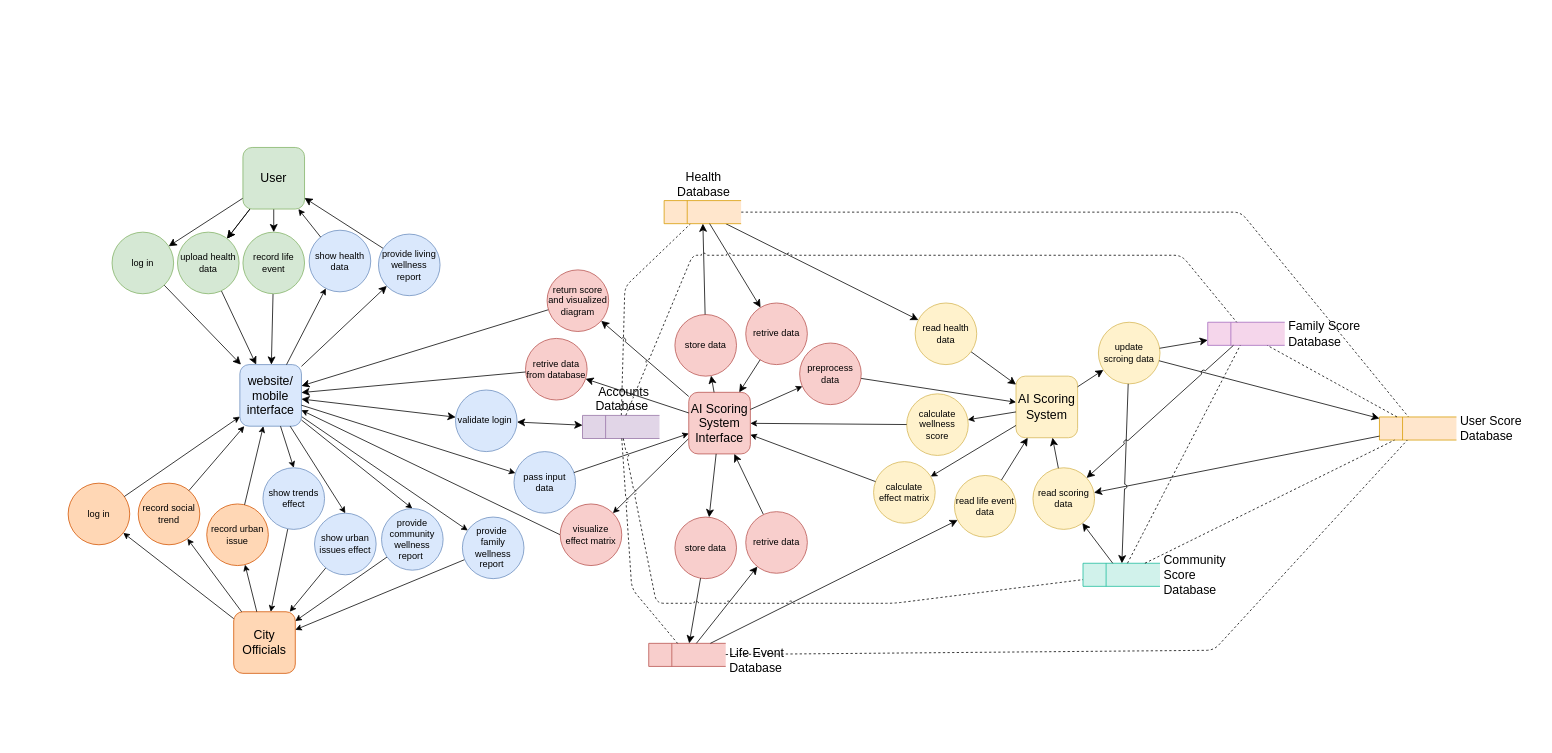
Before: page "detailed DFD" (1 of 2) of 1/INFO 5100/Asmts/Group Assignment 1/Deliverables/Data Flow Diagram.drawio in yfeng445/NEU, a draw.io diagram. Source tidied: cells renumbered, new cells numbered last; positions are measured from the earlier drawing's top-left corner, leaving out a move shared by most shapes. Both pictures are drawn from the tidied source at 77%, with x=0, y=0 at pixel (68, 147).
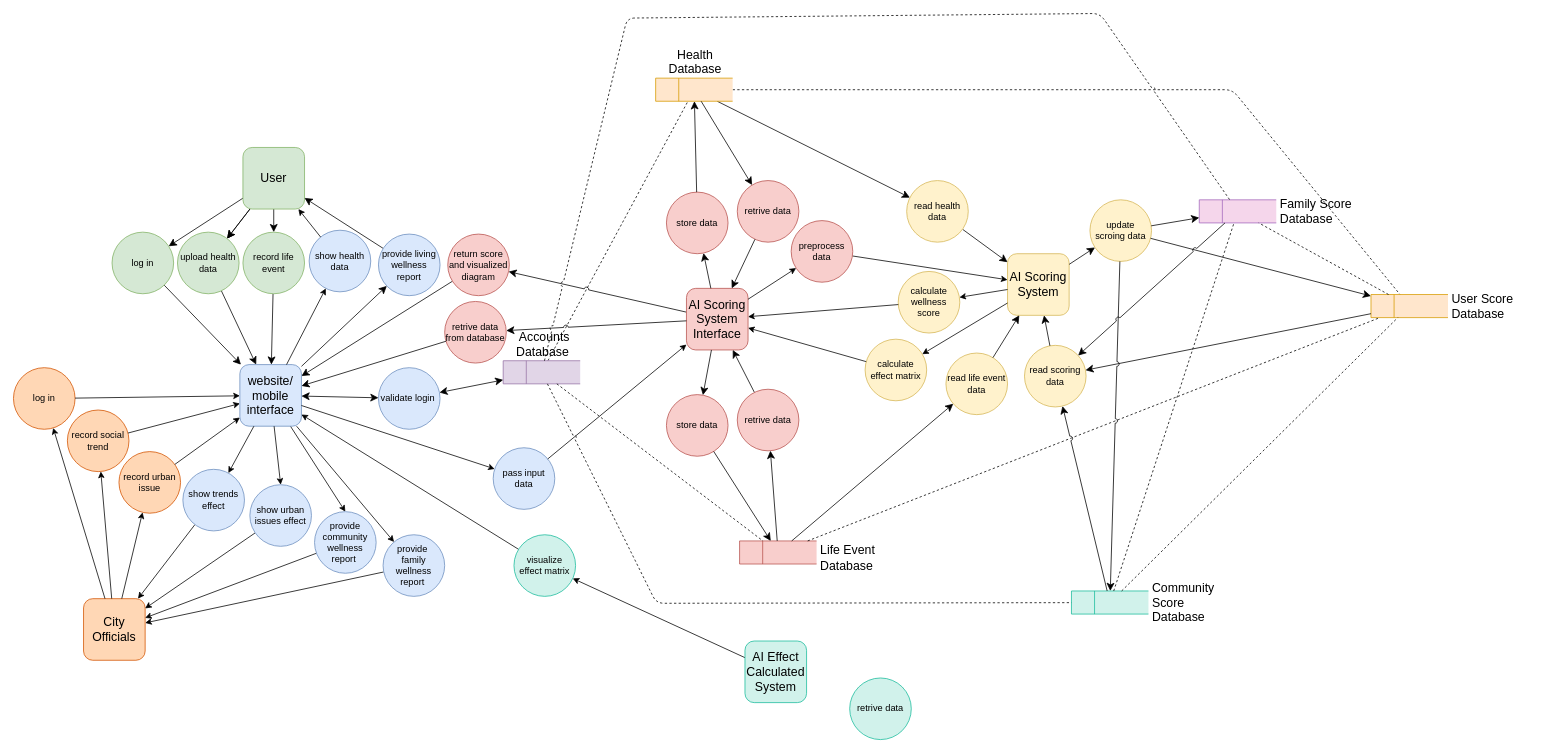
Above is the later version.

Unchanged cells that the change refers to:
```xml
<mxCell id="22" value="website/&lt;div&gt;mobile interface&lt;/div&gt;" style="whiteSpace=wrap;html=1;fontSize=16;rounded=1;fillColor=#dae8fc;strokeColor=#6c8ebf;" parent="1" vertex="1">
  <mxGeometry x="223" y="282" width="80" height="80" as="geometry" />
</mxCell>
```

Change to the diagram source:
```diff
@@
     <mxCell id="2" style="edgeStyle=none;rounded=1;jettySize=auto;html=1;fontSize=12;startSize=8;endSize=8;endArrow=none;endFill=0;dashed=1;jumpStyle=arc;" parent="1" edge="1" source="29" target="25">
-      <mxGeometry relative="1" as="geometry">
-        <Array as="points">
-          <mxPoint x="723" y="181" />
-        </Array>
-      </mxGeometry>
+      <mxGeometry relative="1" as="geometry" />
     </mxCell>
     <mxCell id="3" style="rounded=1;jettySize=auto;html=1;fontSize=12;startSize=8;endSize=8;endArrow=none;endFill=0;dashed=1;jumpStyle=arc;" parent="1" edge="1" source="25" target="28">
       <mxGeometry relative="1" as="geometry">
         <Array as="points">
-          <mxPoint x="1523" y="84" />
+          <mxPoint x="1512" y="-75" />
         </Array>
       </mxGeometry>
     </mxCell>
@@
-    <mxCell id="10" style="rounded=0;jettySize=auto;html=1;exitX=0;exitY=0.75;exitDx=0;exitDy=0;" parent="1" edge="1" source="11" target="49">
+    <mxCell id="10" style="rounded=0;jettySize=auto;html=1;" parent="1" edge="1" source="112" target="49">
       <mxGeometry relative="1" as="geometry" />
     </mxCell>
     <mxCell id="11" value="AI Scoring System Interface" style="whiteSpace=wrap;html=1;fontSize=16;rounded=1;fillColor=#f8cecc;strokeColor=#b85450;" parent="1" vertex="1">
-      <mxGeometry x="806" y="318" width="80" height="80" as="geometry" />
+      <mxGeometry x="803" y="183" width="80" height="80" as="geometry" />
     </mxCell>
@@
     <mxCell id="13" value="return score and visualized diagram" style="ellipse;whiteSpace=wrap;html=1;fontSize=12;fillColor=#f8cecc;strokeColor=#b85450;" parent="1" vertex="1">
-      <mxGeometry x="622" y="159" width="80" height="80" as="geometry" />
+      <mxGeometry x="493" y="112.5" width="80" height="80" as="geometry" />
     </mxCell>
@@
     <mxCell id="23" value="AI Scoring System" style="whiteSpace=wrap;html=1;fontSize=16;rounded=1;fillColor=#fff2cc;strokeColor=#d6b656;" parent="1" vertex="1">
-      <mxGeometry x="1231" y="297" width="80" height="80" as="geometry" />
+      <mxGeometry x="1220" y="138" width="80" height="80" as="geometry" />
     </mxCell>
@@
     <mxCell id="25" value="Health Database" style="html=1;dashed=0;whiteSpace=wrap;shape=mxgraph.dfd.dataStoreID;align=center;spacingLeft=3;points=[[0,0],[0.5,0],[1,0],[0,0.5],[1,0.5],[0,1],[0.5,1],[1,1]];fontSize=16;labelPosition=center;verticalLabelPosition=top;verticalAlign=bottom;fillColor=#ffe6cc;strokeColor=#d79b00;" parent="1" vertex="1">
-      <mxGeometry x="774" y="69" width="100" height="30" as="geometry" />
+      <mxGeometry x="763" y="-90" width="100" height="30" as="geometry" />
     </mxCell>
@@
     <mxCell id="28" value="User Score Database" style="html=1;dashed=0;whiteSpace=wrap;shape=mxgraph.dfd.dataStoreID;align=left;spacingLeft=3;points=[[0,0],[0.5,0],[1,0],[0,0.5],[1,0.5],[0,1],[0.5,1],[1,1]];fontSize=16;labelPosition=right;verticalLabelPosition=middle;verticalAlign=middle;fillColor=#ffe6cc;strokeColor=#d79b00;" parent="1" vertex="1">
-      <mxGeometry x="1703" y="350" width="100" height="30" as="geometry" />
+      <mxGeometry x="1692" y="191" width="100" height="30" as="geometry" />
     </mxCell>
     <mxCell id="29" value="&amp;nbsp;&lt;span style=&quot;background-color: initial;&quot;&gt;Accounts Database&lt;/span&gt;" style="html=1;dashed=0;whiteSpace=wrap;shape=mxgraph.dfd.dataStoreID;align=center;spacingLeft=3;points=[[0,0],[0.5,0],[1,0],[0,0.5],[1,0.5],[0,1],[0.5,1],[1,1]];fontSize=16;labelPosition=center;verticalLabelPosition=top;verticalAlign=bottom;fillColor=#e1d5e7;strokeColor=#9673a6;" parent="1" vertex="1">
-      <mxGeometry x="668" y="348" width="100" height="30" as="geometry" />
+      <mxGeometry x="565" y="277" width="100" height="30" as="geometry" />
     </mxCell>
@@
     <mxCell id="31" value="validate login&amp;nbsp;" style="ellipse;whiteSpace=wrap;html=1;fontSize=12;fillColor=#dae8fc;strokeColor=#6c8ebf;" parent="1" vertex="1">
-      <mxGeometry x="503" y="315" width="80" height="80" as="geometry" />
+      <mxGeometry x="403" y="286" width="80" height="80" as="geometry" />
     </mxCell>
@@
     <mxCell id="33" value="read health data" style="ellipse;whiteSpace=wrap;html=1;fontSize=12;fillColor=#fff2cc;strokeColor=#d6b656;" parent="1" vertex="1">
-      <mxGeometry x="1100" y="202" width="80" height="80" as="geometry" />
+      <mxGeometry x="1089" y="43" width="80" height="80" as="geometry" />
     </mxCell>
     <mxCell id="34" value="City Officials" style="whiteSpace=wrap;html=1;fontSize=16;rounded=1;fillColor=#ffd7b5;strokeColor=#d35400;" parent="1" vertex="1">
-      <mxGeometry x="215" y="603" width="80" height="80" as="geometry" />
+      <mxGeometry x="20" y="586" width="80" height="80" as="geometry" />
     </mxCell>
@@
     <mxCell id="36" value="provide community wellness report&amp;nbsp;" style="ellipse;whiteSpace=wrap;html=1;fontSize=12;fillColor=#dae8fc;strokeColor=#6c8ebf;" parent="1" vertex="1">
-      <mxGeometry x="407" y="469" width="80" height="80" as="geometry" />
+      <mxGeometry x="320" y="473" width="80" height="80" as="geometry" />
     </mxCell>
@@
     <mxCell id="38" value="show urban issues effect" style="ellipse;whiteSpace=wrap;html=1;fontSize=12;fillColor=#dae8fc;strokeColor=#6c8ebf;" parent="1" vertex="1">
-      <mxGeometry x="320" y="475" width="80" height="80" as="geometry" />
+      <mxGeometry x="236" y="438" width="80" height="80" as="geometry" />
     </mxCell>
@@
     <mxCell id="40" value="show trends effect" style="ellipse;whiteSpace=wrap;html=1;fontSize=12;fillColor=#dae8fc;strokeColor=#6c8ebf;" parent="1" vertex="1">
-      <mxGeometry x="253" y="416" width="80" height="80" as="geometry" />
+      <mxGeometry x="149" y="418" width="80" height="80" as="geometry" />
     </mxCell>
-    <mxCell id="41" style="rounded=0;jettySize=auto;html=1;entryX=0.5;entryY=0;entryDx=0;entryDy=0;" parent="1" edge="1" source="22" target="40">
+    <mxCell id="41" style="rounded=0;jettySize=auto;html=1;" parent="1" edge="1" source="22" target="40">
       <mxGeometry relative="1" as="geometry" />
     </mxCell>
@@
     <mxCell id="47" value="provide&amp;nbsp;&lt;div&gt;family wellness report&amp;nbsp;&lt;/div&gt;" style="ellipse;whiteSpace=wrap;html=1;fontSize=12;fillColor=#dae8fc;strokeColor=#6c8ebf;" parent="1" vertex="1">
-      <mxGeometry x="512" y="480" width="80" height="80" as="geometry" />
+      <mxGeometry x="409" y="503" width="80" height="80" as="geometry" />
     </mxCell>
-    <mxCell id="48" style="rounded=0;jettySize=auto;html=1;exitX=0;exitY=0.5;exitDx=0;exitDy=0;" parent="1" edge="1" source="49" target="22">
+    <mxCell id="48" style="rounded=0;jettySize=auto;html=1;" parent="1" edge="1" source="49" target="22">
       <mxGeometry relative="1" as="geometry" />
     </mxCell>
-    <mxCell id="49" value="visualize effect matrix" style="ellipse;whiteSpace=wrap;html=1;fontSize=12;fillColor=#f8cecc;strokeColor=#b85450;" parent="1" vertex="1">
-      <mxGeometry x="639" y="463" width="80" height="80" as="geometry" />
+    <mxCell id="49" value="visualize effect matrix" style="ellipse;whiteSpace=wrap;html=1;fontSize=12;fillColor=#d1f2eb;strokeColor=#1abc9c;" parent="1" vertex="1">
+      <mxGeometry x="579" y="503" width="80" height="80" as="geometry" />
     </mxCell>
     <mxCell id="50" value="Life Event Database" style="html=1;dashed=0;whiteSpace=wrap;shape=mxgraph.dfd.dataStoreID;align=left;spacingLeft=3;points=[[0,0],[0.5,0],[1,0],[0,0.5],[1,0.5],[0,1],[0.5,1],[1,1]];fontSize=16;labelPosition=right;verticalLabelPosition=middle;verticalAlign=middlefillColor=#f8cecc;fillColor=#f8cecc;strokeColor=#b85450;" parent="1" vertex="1">
-      <mxGeometry x="754" y="644" width="100" height="30" as="geometry" />
+      <mxGeometry x="872" y="511" width="100" height="30" as="geometry" />
     </mxCell>
     <mxCell id="51" value="read life event data" style="ellipse;whiteSpace=wrap;html=1;fontSize=12;fillColor=#fff2cc;strokeColor=#d6b656;" parent="1" vertex="1">
-      <mxGeometry x="1151" y="426" width="80" height="80" as="geometry" />
+      <mxGeometry x="1140" y="267" width="80" height="80" as="geometry" />
     </mxCell>
     <mxCell id="52" style="rounded=1;jettySize=auto;html=1;fontSize=12;startSize=8;endSize=8;endArrow=none;endFill=0;dashed=1;jumpStyle=arc;" parent="1" edge="1" source="50" target="28">
-      <mxGeometry relative="1" as="geometry">
-        <Array as="points">
-          <mxPoint x="1488" y="653" />
-        </Array>
-      </mxGeometry>
+      <mxGeometry relative="1" as="geometry" />
     </mxCell>
     <mxCell id="53" style="edgeStyle=none;rounded=1;jettySize=auto;html=1;fontSize=12;startSize=8;endSize=8;endArrow=none;endFill=0;dashed=1;jumpStyle=arc;" parent="1" edge="1" source="29" target="50">
-      <mxGeometry relative="1" as="geometry">
-        <Array as="points">
-          <mxPoint x="732" y="573" />
-        </Array>
-      </mxGeometry>
+      <mxGeometry relative="1" as="geometry" />
     </mxCell>
@@
     <mxCell id="55" value="preprocess data" style="ellipse;whiteSpace=wrap;html=1;fontSize=12;fillColor=#f8cecc;strokeColor=#b85450;" parent="1" vertex="1">
-      <mxGeometry x="950" y="254" width="80" height="80" as="geometry" />
+      <mxGeometry x="939" y="95" width="80" height="80" as="geometry" />
     </mxCell>
@@
     <mxCell id="59" value="calculate&lt;div&gt;wellness score&lt;/div&gt;" style="ellipse;whiteSpace=wrap;html=1;fontSize=12;fillColor=#fff2cc;strokeColor=#d6b656;" parent="1" vertex="1">
-      <mxGeometry x="1089" y="320" width="80" height="80" as="geometry" />
+      <mxGeometry x="1078" y="161" width="80" height="80" as="geometry" />
     </mxCell>
     <mxCell id="60" value="calculate effect matrix" style="ellipse;whiteSpace=wrap;html=1;fontSize=12;fillColor=#fff2cc;strokeColor=#d6b656;" parent="1" vertex="1">
-      <mxGeometry x="1046" y="408" width="80" height="80" as="geometry" />
+      <mxGeometry x="1035" y="249" width="80" height="80" as="geometry" />
     </mxCell>
@@
     <mxCell id="64" value="retrive data from database" style="ellipse;whiteSpace=wrap;html=1;fontSize=12;fillColor=#f8cecc;strokeColor=#b85450;" parent="1" vertex="1">
-      <mxGeometry x="594" y="248" width="80" height="80" as="geometry" />
+      <mxGeometry x="489" y="200" width="80" height="80" as="geometry" />
     </mxCell>
@@
     <mxCell id="67" value="pass input data" style="ellipse;whiteSpace=wrap;html=1;fontSize=12;fillColor=#dae8fc;strokeColor=#6c8ebf;" parent="1" vertex="1">
-      <mxGeometry x="579" y="395" width="80" height="80" as="geometry" />
+      <mxGeometry x="552" y="390" width="80" height="80" as="geometry" />
     </mxCell>
@@
     <mxCell id="70" value="read scoring data" style="ellipse;whiteSpace=wrap;html=1;fontSize=12;fillColor=#fff2cc;strokeColor=#d6b656;" parent="1" vertex="1">
-      <mxGeometry x="1253" y="416" width="80" height="80" as="geometry" />
+      <mxGeometry x="1242" y="257" width="80" height="80" as="geometry" />
     </mxCell>
     <mxCell id="71" value="store data" style="ellipse;whiteSpace=wrap;html=1;fontSize=12;fillColor=#f8cecc;strokeColor=#b85450;" parent="1" vertex="1">
-      <mxGeometry x="788" y="480" width="80" height="80" as="geometry" />
+      <mxGeometry x="777" y="321" width="80" height="80" as="geometry" />
     </mxCell>
@@
     <mxCell id="73" value="store data" style="ellipse;whiteSpace=wrap;html=1;fontSize=12;fillColor=#f8cecc;strokeColor=#b85450;" parent="1" vertex="1">
-      <mxGeometry x="788" y="217" width="80" height="80" as="geometry" />
+      <mxGeometry x="777" y="58" width="80" height="80" as="geometry" />
     </mxCell>
@@
     <mxCell id="76" value="retrive data" style="ellipse;whiteSpace=wrap;html=1;fontSize=12;fillColor=#f8cecc;strokeColor=#b85450;" parent="1" vertex="1">
-      <mxGeometry x="880" y="202" width="80" height="80" as="geometry" />
+      <mxGeometry x="869" y="43" width="80" height="80" as="geometry" />
     </mxCell>
@@
     <mxCell id="79" value="retrive data" style="ellipse;whiteSpace=wrap;html=1;fontSize=12;fillColor=#f8cecc;strokeColor=#b85450;" parent="1" vertex="1">
-      <mxGeometry x="880" y="473" width="80" height="80" as="geometry" />
+      <mxGeometry x="869" y="314" width="80" height="80" as="geometry" />
     </mxCell>
@@
     <mxCell id="84" value="update scroing data" style="ellipse;whiteSpace=wrap;html=1;fontSize=12;fillColor=#fff2cc;strokeColor=#d6b656;" parent="1" vertex="1">
-      <mxGeometry x="1338" y="227" width="80" height="80" as="geometry" />
+      <mxGeometry x="1327" y="68" width="80" height="80" as="geometry" />
     </mxCell>
@@
     <mxCell id="91" value="Family Score Database" style="html=1;dashed=0;whiteSpace=wrap;shape=mxgraph.dfd.dataStoreID;align=left;spacingLeft=3;points=[[0,0],[0.5,0],[1,0],[0,0.5],[1,0.5],[0,1],[0.5,1],[1,1]];fontSize=16;labelPosition=right;verticalLabelPosition=middle;verticalAlign=middle;fillColor=#f5d6eb;strokeColor=#a569bd;" parent="1" vertex="1">
-      <mxGeometry x="1480" y="227" width="100" height="30" as="geometry" />
+      <mxGeometry x="1469" y="68" width="100" height="30" as="geometry" />
     </mxCell>
     <mxCell id="92" value="Community Score Database" style="html=1;dashed=0;whiteSpace=wrap;shape=mxgraph.dfd.dataStoreID;align=left;spacingLeft=3;points=[[0,0],[0.5,0],[1,0],[0,0.5],[1,0.5],[0,1],[0.5,1],[1,1]];fontSize=16;labelPosition=right;verticalLabelPosition=middle;verticalAlign=middle;fillColor=#d1f2eb;strokeColor=#1abc9c;" parent="1" vertex="1">
-      <mxGeometry x="1318" y="540" width="100" height="30" as="geometry" />
+      <mxGeometry x="1303" y="576" width="100" height="30" as="geometry" />
     </mxCell>
     <mxCell id="93" style="edgeStyle=none;rounded=1;jettySize=auto;html=1;fontSize=12;startSize=8;endSize=8;endArrow=none;endFill=0;dashed=1;jumpStyle=arc;" parent="1" edge="1" source="29" target="91">
       <mxGeometry relative="1" as="geometry">
         <Array as="points">
-          <mxPoint x="811" y="140" />
-          <mxPoint x="1446" y="140" />
+          <mxPoint x="726" y="-168" />
+          <mxPoint x="1340" y="-174" />
         </Array>
       </mxGeometry>
     </mxCell>
     <mxCell id="94" style="edgeStyle=none;rounded=1;jettySize=auto;html=1;fontSize=12;startSize=8;endSize=8;endArrow=none;endFill=0;dashed=1;jumpStyle=arc;" parent="1" edge="1" source="29" target="92">
       <mxGeometry relative="1" as="geometry">
         <Array as="points">
           <mxPoint x="764" y="592" />
-          <mxPoint x="1073" y="592" />
+          <mxPoint x="1033" y="592" />
         </Array>
       </mxGeometry>
     </mxCell>
@@
     <mxCell id="102" value="record urban issue" style="ellipse;whiteSpace=wrap;html=1;fontSize=12;fillColor=#ffd7b5;strokeColor=#d35400;" parent="1" vertex="1">
-      <mxGeometry x="180" y="463" width="80" height="80" as="geometry" />
+      <mxGeometry x="66" y="395" width="80" height="80" as="geometry" />
     </mxCell>
     <mxCell id="103" value="record social trend" style="ellipse;whiteSpace=wrap;html=1;fontSize=12;fillColor=#ffd7b5;strokeColor=#d35400;" parent="1" vertex="1">
-      <mxGeometry x="91" y="436" width="80" height="80" as="geometry" />
+      <mxGeometry x="-1" y="341" width="80" height="80" as="geometry" />
     </mxCell>
@@
     <mxCell id="108" value="log in" style="ellipse;whiteSpace=wrap;html=1;fontSize=12;fillColor=#ffd7b5;strokeColor=#d35400;" parent="1" vertex="1">
-      <mxGeometry y="436" width="80" height="80" as="geometry" />
+      <mxGeometry x="-71" y="286" width="80" height="80" as="geometry" />
     </mxCell>
@@
+    <mxCell id="111" value="retrive data" style="ellipse;whiteSpace=wrap;html=1;fontSize=12;fillColor=#d1f2eb;strokeColor=#1abc9c;" parent="1" vertex="1">
+      <mxGeometry x="1015" y="689" width="80" height="80" as="geometry" />
+    </mxCell>
+    <mxCell id="112" value="AI Effect Calculated System" style="whiteSpace=wrap;html=1;fontSize=16;rounded=1;fillColor=#d1f2eb;strokeColor=#1abc9c;" parent="1" vertex="1">
+      <mxGeometry x="879" y="641" width="80" height="80" as="geometry" />
+    </mxCell>
```
